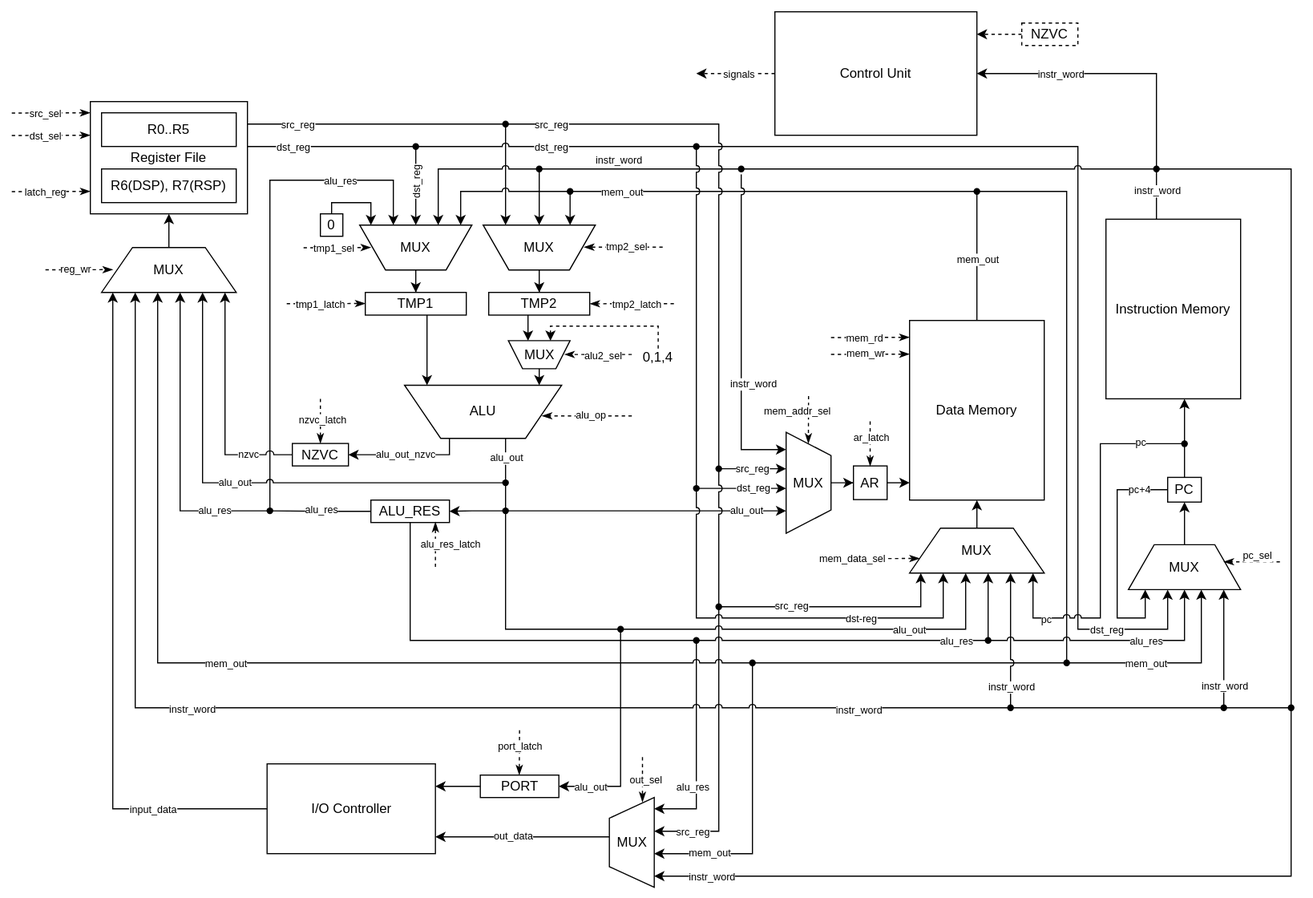
Earlier version of the draw.io export scheme/csa_lab4_datapath_scheme.svg (xtern0o/csa_lab4). Source tidied: cells renumbered, new cells last; positions are measured from the earlier drawing's top-left corner, leaving out a move shared by most shapes.
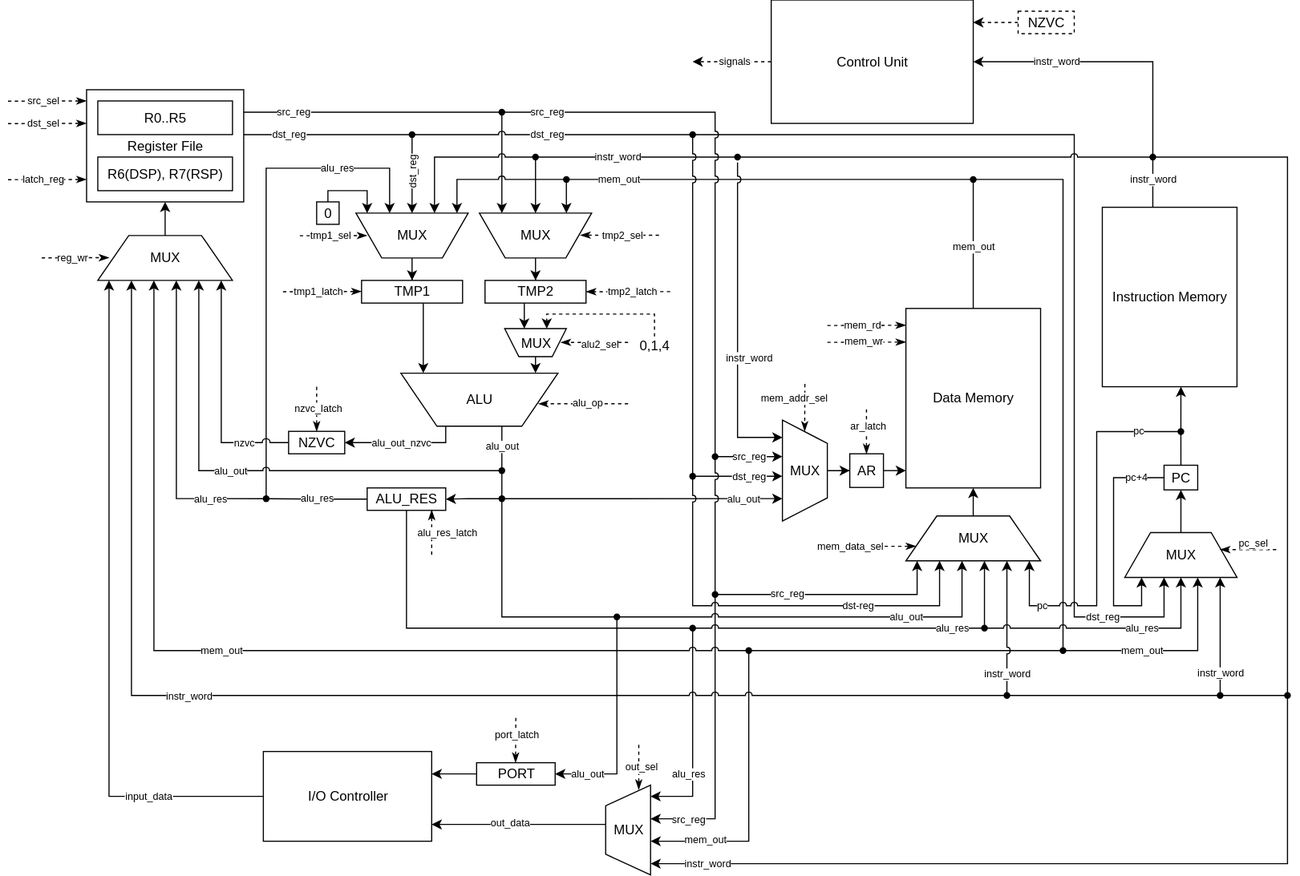
The same file after the commit.

The edit, as a diff of the source:
```diff
@@ -2,9 +2,6 @@
   <root>
     <mxCell id="0" />
     <mxCell id="1" parent="0" />
-    <mxCell id="2" style="rounded=0;whiteSpace=wrap;html=1;fillColor=none;strokeWidth=0;strokeColor=none;" parent="1" vertex="1">
-      <mxGeometry width="1170" height="800" as="geometry" />
-    </mxCell>
     <mxCell id="3" style="edgeStyle=orthogonalEdgeStyle;rounded=0;jettySize=auto;html=1;" parent="1" edge="1" source="207" target="108">
       <mxGeometry relative="1" as="geometry">
         <Array as="points">
@@ -631,7 +628,7 @@
     </mxCell>
     <mxCell id="127" value="input_data" style="edgeLabel;html=1;align=center;verticalAlign=middle;fontSize=9;" parent="125" vertex="1">
       <mxGeometry x="-0.72" y="-2" relative="1" as="geometry">
-        <mxPoint x="-19" y="2" as="offset" />
+        <mxPoint x="-20" y="2" as="offset" />
       </mxGeometry>
     </mxCell>
     <mxCell id="128" style="edgeStyle=orthogonalEdgeStyle;rounded=0;jettySize=auto;html=1;dashed=1;" parent="1" edge="1" source="130">
@@ -684,7 +681,7 @@
     </mxCell>
     <mxCell id="136" value="instr_word" style="edgeLabel;html=1;align=center;verticalAlign=middle;fontSize=9;rotation=0;" parent="135" vertex="1">
       <mxGeometry x="0.63" y="2" relative="1" as="geometry">
-        <mxPoint x="158" y="-32" as="offset" />
+        <mxPoint x="161" y="-24" as="offset" />
       </mxGeometry>
     </mxCell>
     <mxCell id="137" style="shape=waypoint;sketch=0;fillStyle=solid;size=6;points=[];fillColor=none;perimeter=centerPerimeter;snapToPoint=1;" parent="1" vertex="1">
@@ -730,7 +727,7 @@
     </mxCell>
     <mxCell id="145" value="instr_word" style="edgeLabel;html=1;align=center;verticalAlign=middle;fontSize=9;" parent="144" vertex="1">
       <mxGeometry x="0.53" relative="1" as="geometry">
-        <mxPoint x="10" y="-31" as="offset" />
+        <mxPoint x="10" y="-44" as="offset" />
       </mxGeometry>
     </mxCell>
     <mxCell id="146" style="shape=waypoint;sketch=0;fillStyle=solid;size=6;points=[];fillColor=none;perimeter=centerPerimeter;snapToPoint=1;" parent="1" vertex="1">
@@ -890,9 +887,6 @@
         <mxPoint x="-32" y="2" as="offset" />
       </mxGeometry>
     </mxCell>
-    <mxCell id="178" value="instr_word" style="edgeLabel;html=1;align=center;verticalAlign=middle;fontSize=9;" parent="176" vertex="1">
-      <mxGeometry x="-0.76" y="2" relative="1" as="geometry" />
-    </mxCell>
     <mxCell id="179" style="shape=waypoint;sketch=0;fillStyle=solid;size=6;points=[];fillColor=none;perimeter=centerPerimeter;snapToPoint=1;" parent="1" vertex="1">
       <mxGeometry x="890" y="620" width="20" height="20" as="geometry" />
     </mxCell>
```
